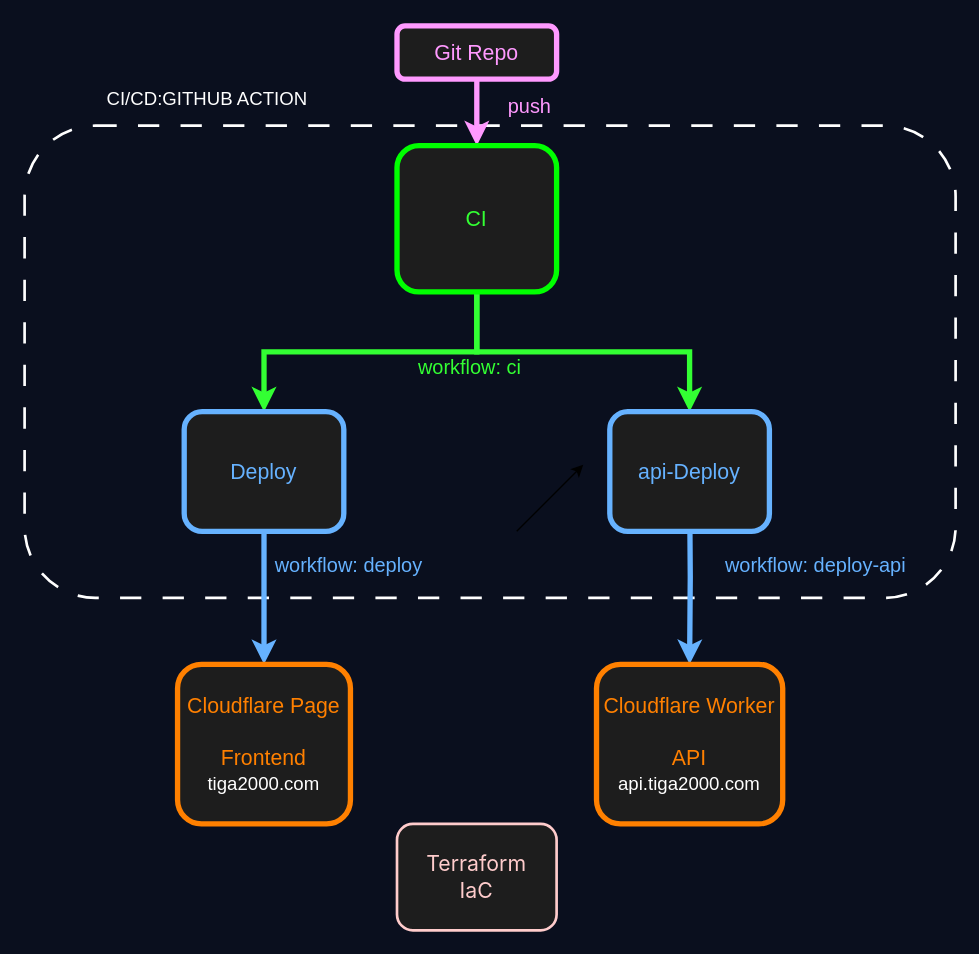
Tigayzc/golden-path-demo keeps this draw.io diagram as packages/frontend/public/images/SystemArchitecture.drawio. Above is the earlier version. Source tidied: cells renumbered, new cells numbered last; positions are measured from the earlier drawing's top-left corner, leaving out a move shared by most shapes. Both pictures are drawn from the tidied source at 133%, with x=0, y=0 at pixel (24, 25).
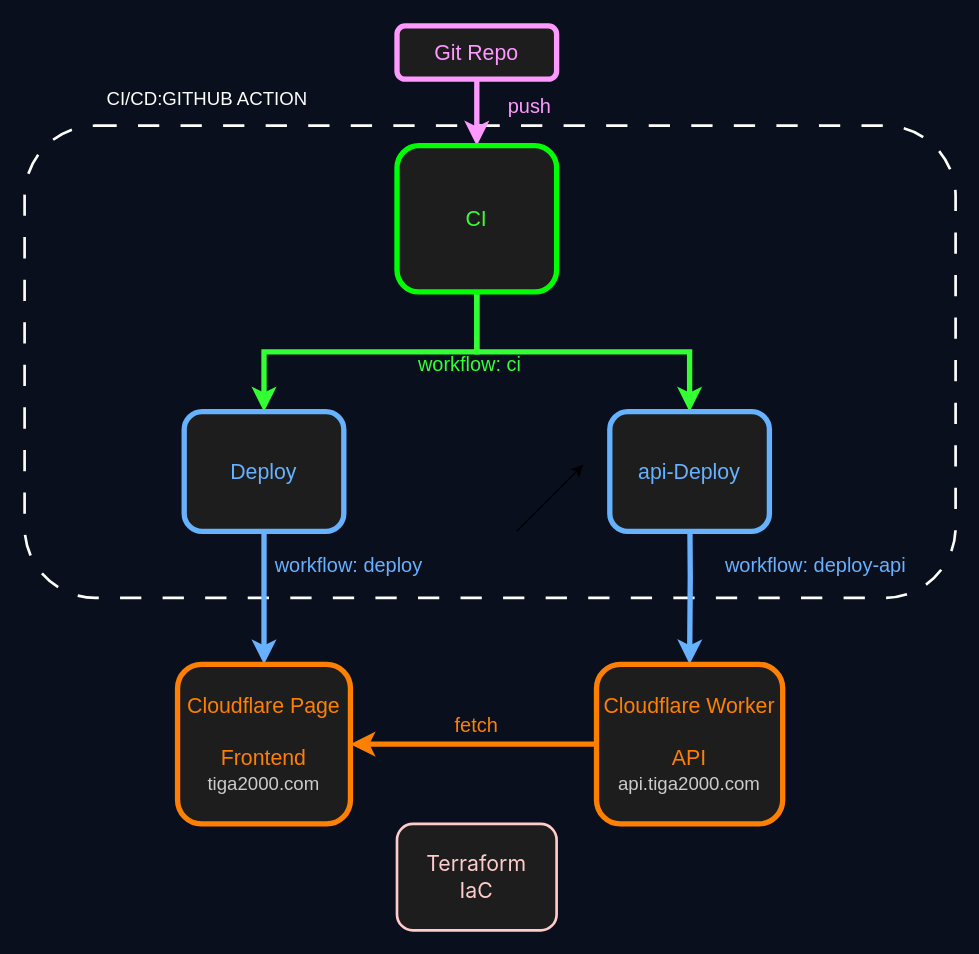
After the change.

Commit message (it also covers changes not shown here):
new architecture map2

What changed in the source:
```diff
@@
-    <mxCell id="12" value="Cloudflare Page&lt;div&gt;&lt;br&gt;&lt;/div&gt;&lt;div&gt;Frontend&lt;/div&gt;&lt;div&gt;&lt;font style=&quot;font-size: 14px; color: rgb(255, 255, 255);&quot;&gt;tiga2000.com&lt;/font&gt;&lt;/div&gt;" style="rounded=1;whiteSpace=wrap;html=1;labelBackgroundColor=none;strokeWidth=4;glass=0;fillColor=#1D1D1D;strokeColor=light-dark(#FF8000,#EDEDED);fontColor=light-dark(#FF8000,#EDEDED);fontSize=16;" parent="1" vertex="1">
+    <mxCell id="12" value="Cloudflare Page&lt;div&gt;&lt;br&gt;&lt;/div&gt;&lt;div&gt;Frontend&lt;/div&gt;&lt;div&gt;&lt;font style=&quot;font-size: 14px; color: rgb(204, 204, 204);&quot;&gt;tiga2000.com&lt;/font&gt;&lt;/div&gt;" style="rounded=1;whiteSpace=wrap;html=1;labelBackgroundColor=none;strokeWidth=4;glass=0;fillColor=#1D1D1D;strokeColor=light-dark(#FF8000,#EDEDED);fontColor=light-dark(#FF8000,#EDEDED);fontSize=16;" parent="1" vertex="1">
       <mxGeometry x="115" y="480" width="130" height="120" as="geometry" />
     </mxCell>
+    <mxCell id="21" style="edgeStyle=orthogonalEdgeStyle;rounded=0;jettySize=auto;html=1;exitX=0;exitY=0.5;exitDx=0;exitDy=0;entryX=1;entryY=0.5;entryDx=0;entryDy=0;strokeWidth=4;strokeColor=#FF8000;" parent="1" edge="1" source="13" target="12">
+      <mxGeometry relative="1" as="geometry" />
+    </mxCell>
-    <mxCell id="13" value="Cloudflare Worker&lt;div&gt;&lt;br&gt;&lt;/div&gt;&lt;div&gt;API&lt;/div&gt;&lt;div&gt;&lt;font style=&quot;font-size: 14px; color: rgb(255, 255, 255);&quot;&gt;api.tiga2000.com&lt;/font&gt;&lt;/div&gt;" style="rounded=1;whiteSpace=wrap;html=1;labelBackgroundColor=none;strokeWidth=4;glass=0;fillColor=#1D1D1D;strokeColor=light-dark(#FF8000,#EDEDED);fontColor=light-dark(#FF8000,#EDEDED);fontSize=16;" parent="1" vertex="1">
+    <mxCell id="13" value="Cloudflare Worker&lt;div&gt;&lt;br&gt;&lt;/div&gt;&lt;div&gt;API&lt;/div&gt;&lt;div&gt;&lt;font style=&quot;font-size: 14px; color: rgb(204, 204, 204);&quot;&gt;api.tiga2000.com&lt;/font&gt;&lt;/div&gt;" style="rounded=1;whiteSpace=wrap;html=1;labelBackgroundColor=none;strokeWidth=4;glass=0;fillColor=#1D1D1D;strokeColor=light-dark(#FF8000,#EDEDED);fontColor=light-dark(#FF8000,#EDEDED);fontSize=16;" parent="1" vertex="1">
       <mxGeometry x="430" y="480" width="140" height="120" as="geometry" />
     </mxCell>
@@
     <mxCell id="16" value="workflow: ci" style="text;html=1;whiteSpace=wrap;strokeColor=none;fillColor=none;align=center;verticalAlign=middle;rounded=0;fontColor=light-dark(#33FF33,#33FF33);fontSize=15;" parent="1" vertex="1">
-      <mxGeometry x="270" y="241" width="130" height="30" as="geometry" />
+      <mxGeometry x="270" y="239" width="130" height="30" as="geometry" />
     </mxCell>
@@
+    <mxCell id="22" value="fetch" style="text;html=1;whiteSpace=wrap;strokeColor=none;fillColor=none;align=center;verticalAlign=middle;rounded=0;fontColor=#FF8000;fontSize=15;" parent="1" vertex="1">
+      <mxGeometry x="310" y="510" width="60" height="30" as="geometry" />
+    </mxCell>
```
